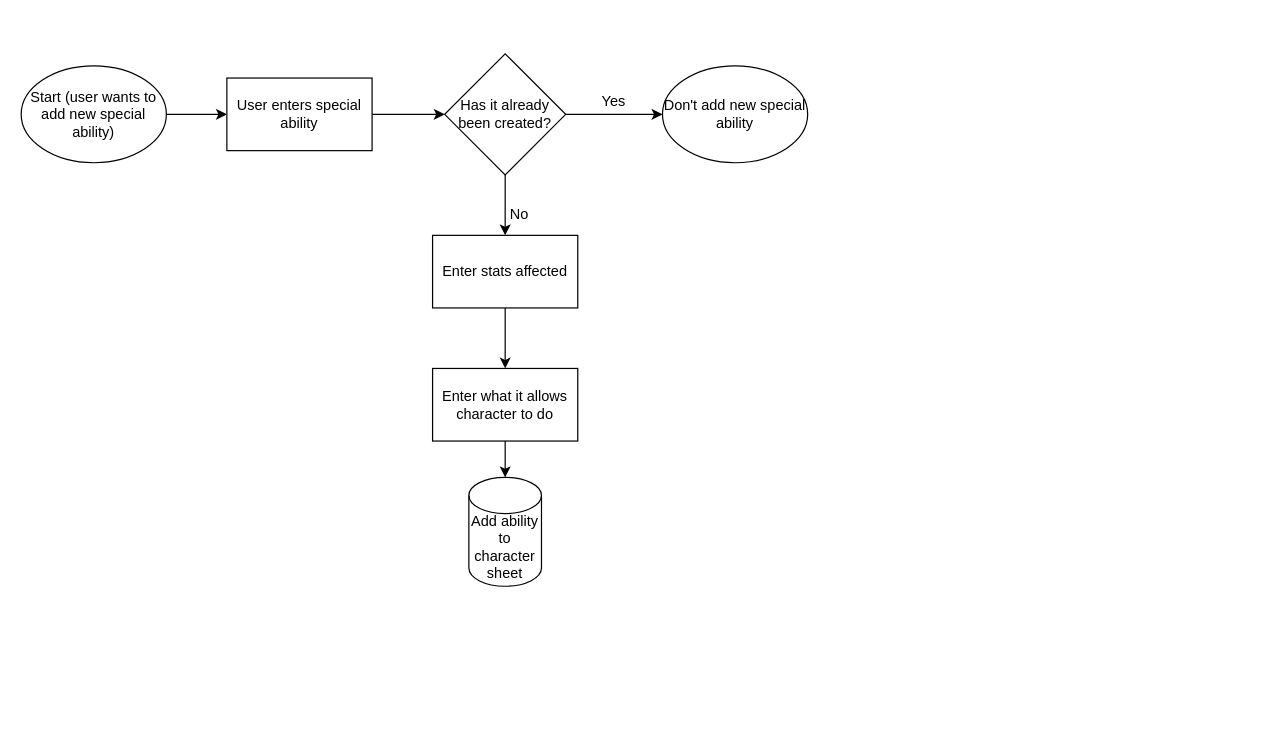
RPG-Research/bcirpg keeps this draw.io diagram as Phase2/Flowcharts/modgodToolset/SpecialAbilities/project_ilmatar_phase2_flowchart_specialAbilities_20210808.drawio. Above is the earlier version. Source tidied: cells renumbered, new cells numbered last; positions are measured from the earlier drawing's top-left corner, leaving out a move shared by most shapes. Both pictures are drawn from the tidied source at 121%, with x=0, y=0 at pixel (21, 53).
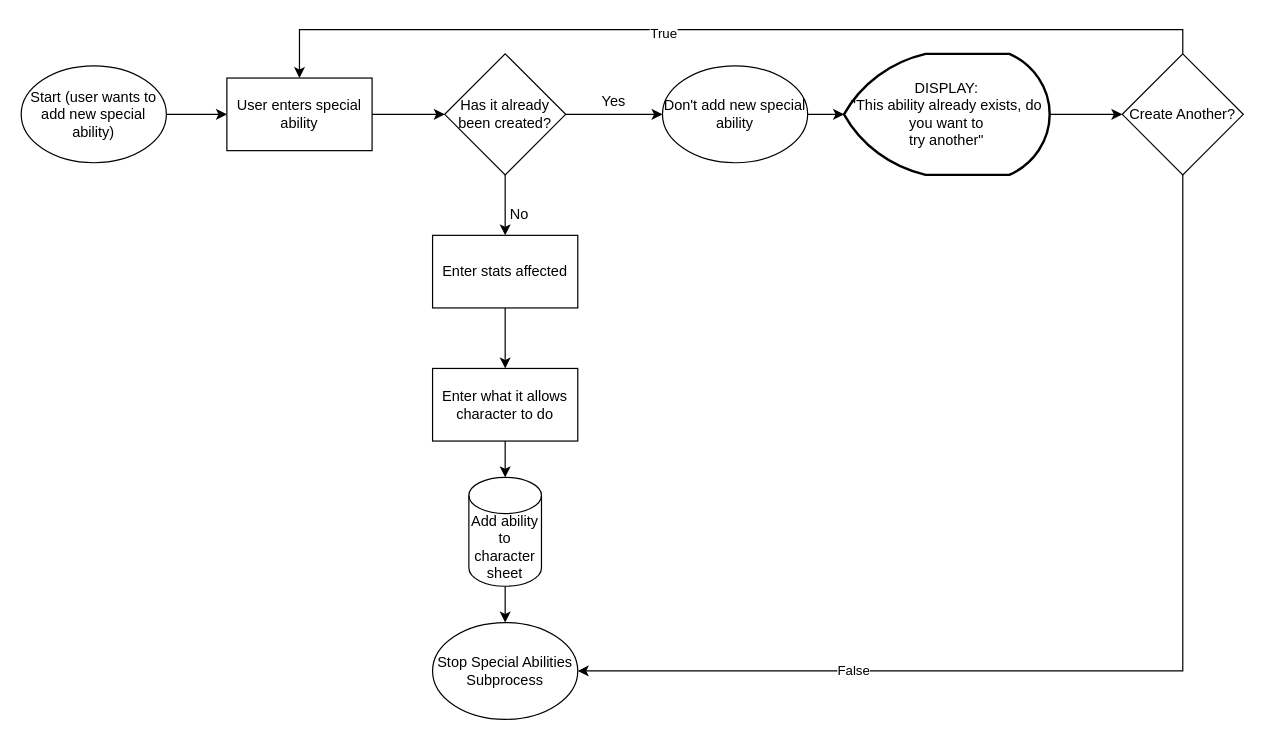
Above is the later version.

Commit message (it also covers changes not shown here):
Flowchart Review push for Toolset wizard flowcharts

Unchanged cells that the change refers to:
```xml
<mxCell id="9" value="User enters special ability" style="rounded=0;whiteSpace=wrap;html=1;" parent="1" vertex="1">
  <mxGeometry x="170" y="20" width="120" height="60" as="geometry" />
</mxCell>
<mxCell id="13" value="Don't add new special ability" style="ellipse;whiteSpace=wrap;html=1;" parent="1" vertex="1">
  <mxGeometry x="530" y="10" width="120" height="80" as="geometry" />
</mxCell>
<mxCell id="16" value="Add ability to character sheet" style="shape=cylinder3;whiteSpace=wrap;html=1;boundedLbl=1;backgroundOutline=1;size=15;" parent="1" vertex="1">
  <mxGeometry x="370" y="350" width="60" height="90" as="geometry" />
</mxCell>
```

Change to the diagram source:
```diff
@@
+    <mxCell id="17" style="edgeStyle=orthogonalEdgeStyle;rounded=0;jettySize=auto;html=1;" parent="1" edge="1" source="13" target="20">
+      <mxGeometry relative="1" as="geometry" />
+    </mxCell>
@@
+    <mxCell id="18" style="edgeStyle=orthogonalEdgeStyle;rounded=0;jettySize=auto;html=1;entryX=0.5;entryY=0;entryDx=0;entryDy=0;" parent="1" edge="1" source="16" target="26">
+      <mxGeometry relative="1" as="geometry" />
+    </mxCell>
@@
+    <mxCell id="19" style="edgeStyle=orthogonalEdgeStyle;rounded=0;jettySize=auto;html=1;entryX=0;entryY=0.5;entryDx=0;entryDy=0;" parent="1" edge="1" source="20" target="25">
+      <mxGeometry relative="1" as="geometry" />
+    </mxCell>
+    <mxCell id="20" value="DISPLAY:&lt;br&gt;&quot;This ability already exists, do you want to &lt;br&gt;try another&quot;" style="strokeWidth=2;html=1;shape=mxgraph.flowchart.display;whiteSpace=wrap;" parent="1" vertex="1">
+      <mxGeometry x="680" width="170" height="100" as="geometry" />
+    </mxCell>
+    <mxCell id="21" style="edgeStyle=orthogonalEdgeStyle;rounded=0;jettySize=auto;html=1;exitX=0.5;exitY=0;exitDx=0;exitDy=0;entryX=0.5;entryY=0;entryDx=0;entryDy=0;" parent="1" edge="1" source="25" target="9">
+      <mxGeometry relative="1" as="geometry" />
+    </mxCell>
+    <mxCell id="22" value="True" style="edgeLabel;html=1;align=center;verticalAlign=middle;" parent="21" vertex="1">
+      <mxGeometry x="0.14" y="2" relative="1" as="geometry" />
+    </mxCell>
+    <mxCell id="23" style="edgeStyle=orthogonalEdgeStyle;rounded=0;jettySize=auto;html=1;entryX=1;entryY=0.5;entryDx=0;entryDy=0;" parent="1" edge="1" source="25" target="26">
+      <mxGeometry relative="1" as="geometry">
+        <Array as="points">
+          <mxPoint x="960" y="510" />
+        </Array>
+      </mxGeometry>
+    </mxCell>
+    <mxCell id="24" value="False" style="edgeLabel;html=1;align=center;verticalAlign=middle;" parent="23" vertex="1">
+      <mxGeometry x="0.5" y="-1" relative="1" as="geometry" />
+    </mxCell>
+    <mxCell id="25" value="Create Another?" style="rhombus;whiteSpace=wrap;html=1;" parent="1" vertex="1">
+      <mxGeometry x="910" width="100" height="100" as="geometry" />
+    </mxCell>
+    <mxCell id="26" value="Stop Special Abilities&lt;br&gt;Subprocess" style="ellipse;whiteSpace=wrap;html=1;" parent="1" vertex="1">
+      <mxGeometry x="340" y="470" width="120" height="80" as="geometry" />
+    </mxCell>
```
